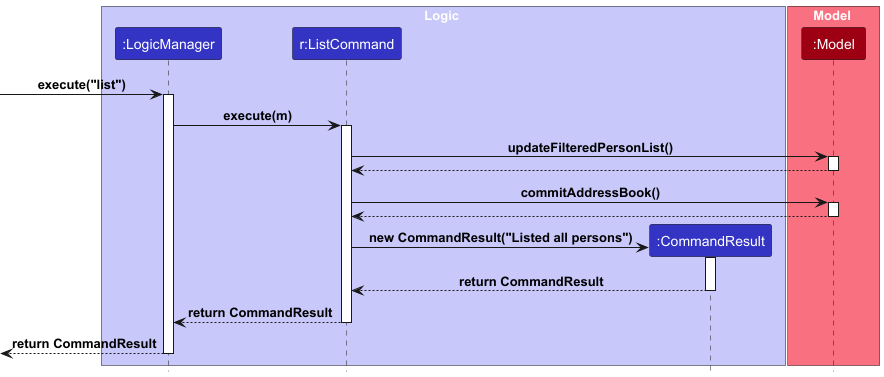
This is docs/images/ListCommandSequenceDiagram.png from carineang/tp, a PlantUML export, as it was before one commit.
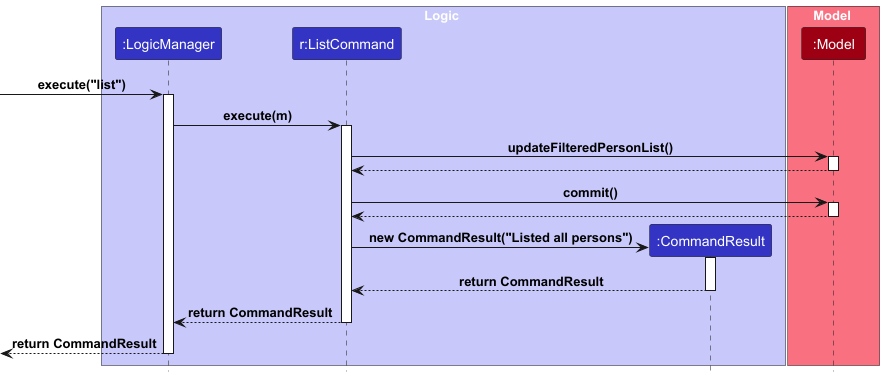
After the change.

What changed in the source:
```diff
@@ -23,7 +23,7 @@
 Model --> ListCommand
 deactivate Model
 
-ListCommand -> Model : commitAddressBook()
+ListCommand -> Model : commit()
 activate Model
 
 Model --> ListCommand
```
